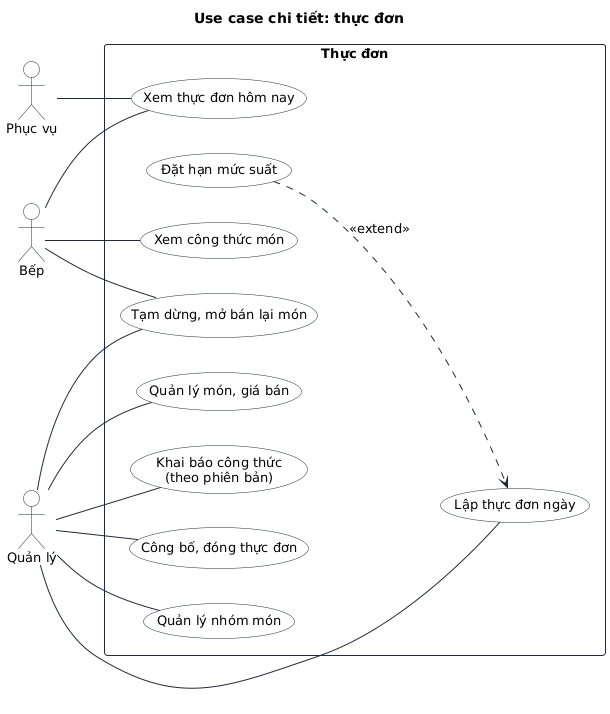
Before: docs/bao-cao-ltnc/uml/uc-thuc-don.png, a diagram exported from PlantUML (Anpham120/restaurant-management-system).
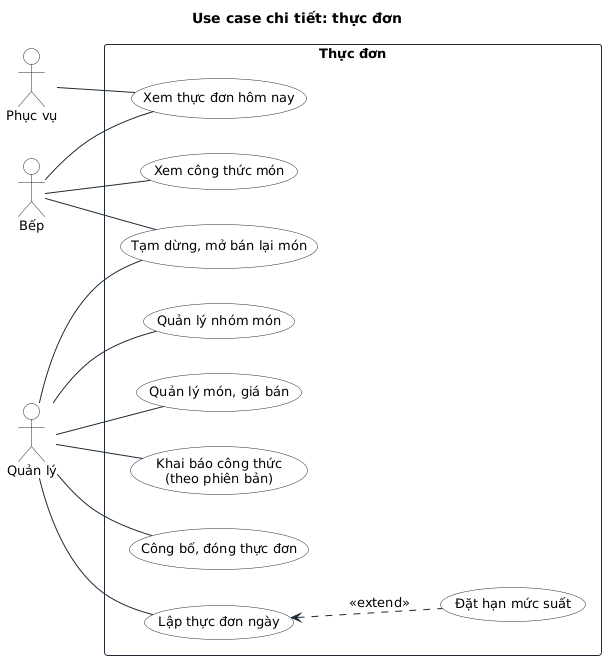
The same file after the commit.

Change to the diagram source:
```diff
@@ -26,5 +26,5 @@
 M -- T3
 M -- T4
 M -- T6
-T5 ..> T4 : <<extend>>
+T5 .up.> T4 : <<extend>>
 @enduml
```
